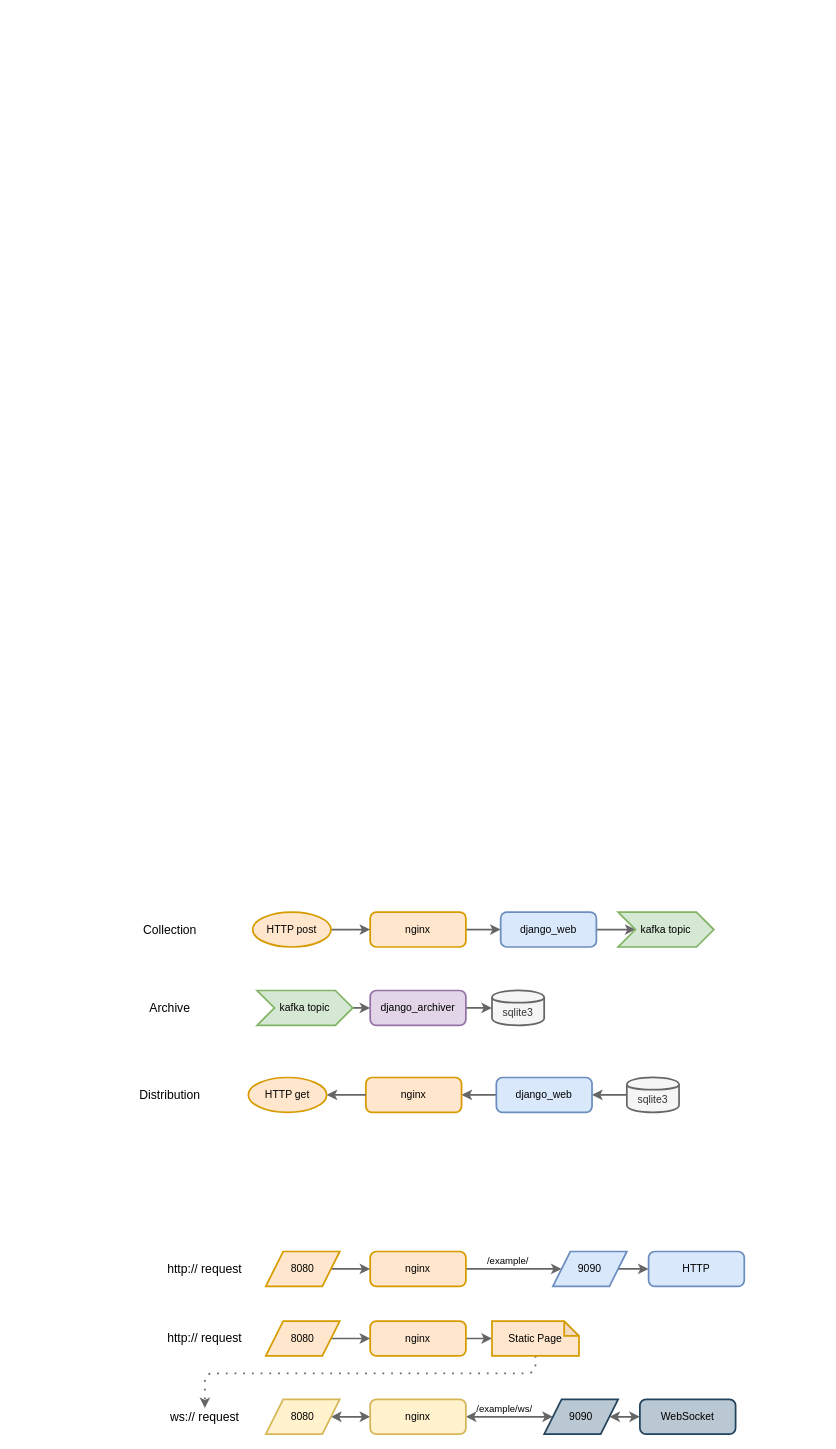
Earlier version of the draw.io diagram docs/diagrams.drawio (adam-iris/es-example-django). Source tidied: cells renumbered, new cells numbered last; positions are measured from the earlier drawing's top-left corner, leaving out a move shared by most shapes. Both pictures are drawn from the tidied source at 87%, with x=0, y=0 at pixel (126, 912).
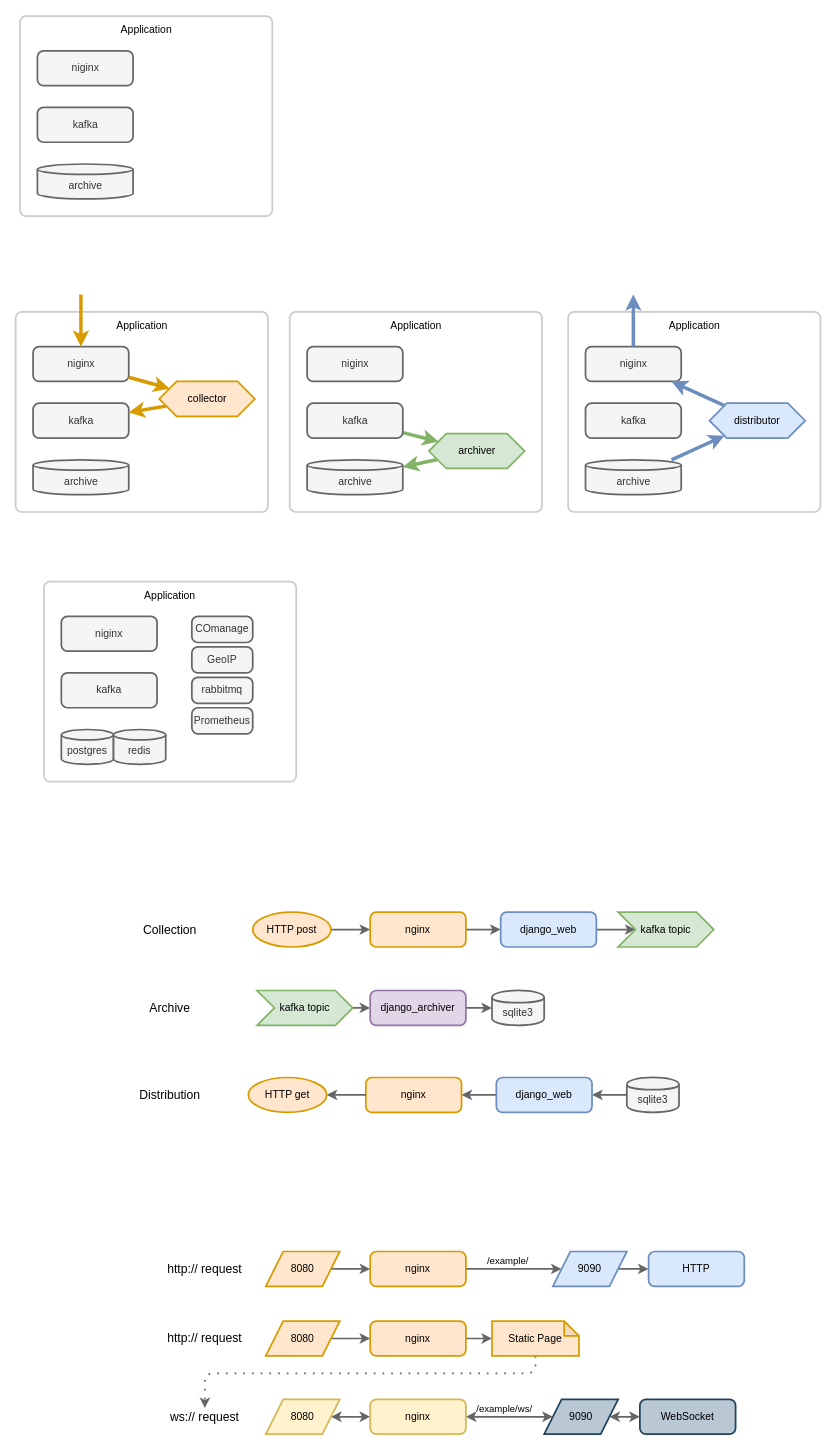
The same page after the edit.

Diff of the diagram source:
```diff
@@
+    <mxCell id="50" value="Application" style="rounded=1;html=1;absoluteArcSize=1;arcSize=14;strokeWidth=2;shadow=0;glass=0;labelBackgroundColor=none;fontSize=12;align=center;whiteSpace=wrap;verticalAlign=top;spacing=4;fillColor=none;strokeColor=#CCCCCC;" parent="1" vertex="1">
+      <mxGeometry x="-122.5" y="-1030" width="290" height="230" as="geometry" />
+    </mxCell>
+    <mxCell id="51" value="niginx" style="rounded=1;html=1;absoluteArcSize=1;arcSize=14;strokeWidth=2;shadow=0;glass=0;labelBackgroundColor=none;fillColor=#f5f5f5;fontSize=12;align=center;strokeColor=#666666;whiteSpace=wrap;fontColor=#333333;" parent="50" vertex="1">
+      <mxGeometry x="20" y="40" width="110" height="40" as="geometry" />
+    </mxCell>
+    <mxCell id="52" value="archive" style="shape=cylinder3;whiteSpace=wrap;html=1;boundedLbl=1;backgroundOutline=1;size=6;shadow=0;fontFamily=Helvetica;fontSize=12;fontColor=#333333;align=center;strokeColor=#666666;strokeWidth=2;fillColor=#f5f5f5;" parent="50" vertex="1">
+      <mxGeometry x="20" y="170" width="110" height="40" as="geometry" />
+    </mxCell>
+    <mxCell id="53" value="kafka" style="rounded=1;html=1;absoluteArcSize=1;arcSize=14;strokeWidth=2;shadow=0;glass=0;labelBackgroundColor=none;fillColor=#f5f5f5;fontSize=12;align=center;strokeColor=#666666;whiteSpace=wrap;fontColor=#333333;" parent="50" vertex="1">
+      <mxGeometry x="20" y="105" width="110" height="40" as="geometry" />
+    </mxCell>
+    <mxCell id="54" value="Application" style="rounded=1;html=1;absoluteArcSize=1;arcSize=14;strokeWidth=2;shadow=0;glass=0;labelBackgroundColor=none;fontSize=12;align=center;whiteSpace=wrap;verticalAlign=top;spacing=4;fillColor=none;strokeColor=#CCCCCC;" parent="1" vertex="1">
+      <mxGeometry x="-127.5" y="-690" width="290" height="230" as="geometry" />
+    </mxCell>
+    <mxCell id="55" value="niginx" style="rounded=1;html=1;absoluteArcSize=1;arcSize=14;strokeWidth=2;shadow=0;glass=0;labelBackgroundColor=none;fillColor=#f5f5f5;fontSize=12;align=center;strokeColor=#666666;whiteSpace=wrap;fontColor=#333333;" parent="54" vertex="1">
+      <mxGeometry x="20" y="40" width="110" height="40" as="geometry" />
+    </mxCell>
+    <mxCell id="56" value="archive" style="shape=cylinder3;whiteSpace=wrap;html=1;boundedLbl=1;backgroundOutline=1;size=6;shadow=0;fontFamily=Helvetica;fontSize=12;fontColor=#333333;align=center;strokeColor=#666666;strokeWidth=2;fillColor=#f5f5f5;" parent="54" vertex="1">
+      <mxGeometry x="20" y="170" width="110" height="40" as="geometry" />
+    </mxCell>
+    <mxCell id="57" value="kafka" style="rounded=1;html=1;absoluteArcSize=1;arcSize=14;strokeWidth=2;shadow=0;glass=0;labelBackgroundColor=none;fillColor=#f5f5f5;fontSize=12;align=center;strokeColor=#666666;whiteSpace=wrap;fontColor=#333333;" parent="54" vertex="1">
+      <mxGeometry x="20" y="105" width="110" height="40" as="geometry" />
+    </mxCell>
+    <mxCell id="58" style="jettySize=auto;html=1;startArrow=none;startFill=0;endArrow=classic;endFill=1;strokeColor=#d79b00;strokeWidth=4;fillColor=#ffe6cc;" parent="54" edge="1" source="59" target="57">
+      <mxGeometry relative="1" as="geometry" />
+    </mxCell>
+    <mxCell id="59" value="collector" style="shape=hexagon;perimeter=hexagonPerimeter2;whiteSpace=wrap;html=1;fixedSize=1;shadow=0;fontFamily=Helvetica;fontSize=12;fontColor=#000000;align=center;strokeColor=#d79b00;strokeWidth=2;fillColor=#ffe6cc;" parent="54" vertex="1">
+      <mxGeometry x="165" y="80" width="110" height="40" as="geometry" />
+    </mxCell>
+    <mxCell id="60" style="endArrow=classic;html=1;strokeColor=#d79b00;strokeWidth=4;fillColor=#ffe6cc;" parent="54" edge="1" source="55" target="59">
+      <mxGeometry relative="1" as="geometry" />
+    </mxCell>
+    <mxCell id="61" style="endArrow=classic;html=1;strokeColor=#d79b00;strokeWidth=4;fillColor=#ffe6cc;entryX=0.5;entryY=0;entryDx=0;entryDy=0;" parent="1" edge="1" target="55">
+      <mxGeometry relative="1" as="geometry">
+        <mxPoint x="-52.5" y="-710" as="sourcePoint" />
+      </mxGeometry>
+    </mxCell>
+    <mxCell id="62" value="Application" style="rounded=1;html=1;absoluteArcSize=1;arcSize=14;strokeWidth=2;shadow=0;glass=0;labelBackgroundColor=none;fontSize=12;align=center;whiteSpace=wrap;verticalAlign=top;spacing=4;fillColor=none;strokeColor=#CCCCCC;" parent="1" vertex="1">
+      <mxGeometry x="187.5" y="-690" width="290" height="230" as="geometry" />
+    </mxCell>
+    <mxCell id="63" value="niginx" style="rounded=1;html=1;absoluteArcSize=1;arcSize=14;strokeWidth=2;shadow=0;glass=0;labelBackgroundColor=none;fillColor=#f5f5f5;fontSize=12;align=center;strokeColor=#666666;whiteSpace=wrap;fontColor=#333333;" parent="62" vertex="1">
+      <mxGeometry x="20" y="40" width="110" height="40" as="geometry" />
+    </mxCell>
+    <mxCell id="64" value="archive" style="shape=cylinder3;whiteSpace=wrap;html=1;boundedLbl=1;backgroundOutline=1;size=6;shadow=0;fontFamily=Helvetica;fontSize=12;fontColor=#333333;align=center;strokeColor=#666666;strokeWidth=2;fillColor=#f5f5f5;" parent="62" vertex="1">
+      <mxGeometry x="20" y="170" width="110" height="40" as="geometry" />
+    </mxCell>
+    <mxCell id="65" style="edgeStyle=none;jettySize=auto;html=1;startArrow=none;startFill=0;endArrow=classic;endFill=1;strokeColor=#82b366;strokeWidth=4;fillColor=#d5e8d4;" parent="62" edge="1" source="66" target="68">
+      <mxGeometry relative="1" as="geometry" />
+    </mxCell>
+    <mxCell id="66" value="kafka" style="rounded=1;html=1;absoluteArcSize=1;arcSize=14;strokeWidth=2;shadow=0;glass=0;labelBackgroundColor=none;fillColor=#f5f5f5;fontSize=12;align=center;strokeColor=#666666;whiteSpace=wrap;fontColor=#333333;" parent="62" vertex="1">
+      <mxGeometry x="20" y="105" width="110" height="40" as="geometry" />
+    </mxCell>
+    <mxCell id="67" style="edgeStyle=none;jettySize=auto;html=1;startArrow=none;startFill=0;endArrow=classic;endFill=1;strokeColor=#82b366;strokeWidth=4;fillColor=#d5e8d4;" parent="62" edge="1" source="68" target="64">
+      <mxGeometry relative="1" as="geometry" />
+    </mxCell>
+    <mxCell id="68" value="archiver" style="shape=hexagon;perimeter=hexagonPerimeter2;whiteSpace=wrap;html=1;fixedSize=1;shadow=0;fontFamily=Helvetica;fontSize=12;align=center;strokeColor=#82b366;strokeWidth=2;fillColor=#d5e8d4;" parent="62" vertex="1">
+      <mxGeometry x="160" y="140" width="110" height="40" as="geometry" />
+    </mxCell>
+    <mxCell id="69" value="Application" style="rounded=1;html=1;absoluteArcSize=1;arcSize=14;strokeWidth=2;shadow=0;glass=0;labelBackgroundColor=none;fontSize=12;align=center;whiteSpace=wrap;verticalAlign=top;spacing=4;fillColor=none;strokeColor=#CCCCCC;" parent="1" vertex="1">
+      <mxGeometry x="507.5" y="-690" width="290" height="230" as="geometry" />
+    </mxCell>
+    <mxCell id="70" value="niginx" style="rounded=1;html=1;absoluteArcSize=1;arcSize=14;strokeWidth=2;shadow=0;glass=0;labelBackgroundColor=none;fillColor=#f5f5f5;fontSize=12;align=center;strokeColor=#666666;whiteSpace=wrap;fontColor=#333333;" parent="69" vertex="1">
+      <mxGeometry x="20" y="40" width="110" height="40" as="geometry" />
+    </mxCell>
+    <mxCell id="71" style="edgeStyle=none;jettySize=auto;html=1;startArrow=none;startFill=0;endArrow=classic;endFill=1;strokeColor=#6c8ebf;strokeWidth=4;fillColor=#dae8fc;" parent="69" edge="1" source="72" target="75">
+      <mxGeometry relative="1" as="geometry" />
+    </mxCell>
+    <mxCell id="72" value="archive" style="shape=cylinder3;whiteSpace=wrap;html=1;boundedLbl=1;backgroundOutline=1;size=6;shadow=0;fontFamily=Helvetica;fontSize=12;fontColor=#333333;align=center;strokeColor=#666666;strokeWidth=2;fillColor=#f5f5f5;" parent="69" vertex="1">
+      <mxGeometry x="20" y="170" width="110" height="40" as="geometry" />
+    </mxCell>
+    <mxCell id="73" value="kafka" style="rounded=1;html=1;absoluteArcSize=1;arcSize=14;strokeWidth=2;shadow=0;glass=0;labelBackgroundColor=none;fillColor=#f5f5f5;fontSize=12;align=center;strokeColor=#666666;whiteSpace=wrap;fontColor=#333333;" parent="69" vertex="1">
+      <mxGeometry x="20" y="105" width="110" height="40" as="geometry" />
+    </mxCell>
+    <mxCell id="74" style="edgeStyle=none;jettySize=auto;html=1;startArrow=none;startFill=0;endArrow=classic;endFill=1;strokeColor=#6c8ebf;strokeWidth=4;fillColor=#dae8fc;" parent="69" edge="1" source="75" target="70">
+      <mxGeometry relative="1" as="geometry" />
+    </mxCell>
+    <mxCell id="75" value="distributor" style="shape=hexagon;perimeter=hexagonPerimeter2;whiteSpace=wrap;html=1;fixedSize=1;shadow=0;fontFamily=Helvetica;fontSize=12;align=center;strokeColor=#6c8ebf;strokeWidth=2;fillColor=#dae8fc;" parent="69" vertex="1">
+      <mxGeometry x="162.5" y="105" width="110" height="40" as="geometry" />
+    </mxCell>
+    <mxCell id="76" style="edgeStyle=none;jettySize=auto;html=1;startArrow=none;startFill=0;endArrow=classic;endFill=1;strokeColor=#6c8ebf;strokeWidth=4;fillColor=#dae8fc;" parent="1" edge="1" source="70">
+      <mxGeometry relative="1" as="geometry">
+        <mxPoint x="582.5" y="-710" as="targetPoint" />
+      </mxGeometry>
+    </mxCell>
+    <mxCell id="77" value="Application" style="rounded=1;html=1;absoluteArcSize=1;arcSize=14;strokeWidth=2;shadow=0;glass=0;labelBackgroundColor=none;fontSize=12;align=center;whiteSpace=wrap;verticalAlign=top;spacing=4;fillColor=none;strokeColor=#CCCCCC;" parent="1" vertex="1">
+      <mxGeometry x="-95" y="-380" width="290" height="230" as="geometry" />
+    </mxCell>
+    <mxCell id="78" value="niginx" style="rounded=1;html=1;absoluteArcSize=1;arcSize=14;strokeWidth=2;shadow=0;glass=0;labelBackgroundColor=none;fillColor=#f5f5f5;fontSize=12;align=center;strokeColor=#666666;whiteSpace=wrap;fontColor=#333333;" parent="77" vertex="1">
+      <mxGeometry x="20" y="40" width="110" height="40" as="geometry" />
+    </mxCell>
+    <mxCell id="79" value="postgres" style="shape=cylinder3;whiteSpace=wrap;html=1;boundedLbl=1;backgroundOutline=1;size=6;shadow=0;fontFamily=Helvetica;fontSize=12;fontColor=#333333;align=center;strokeColor=#666666;strokeWidth=2;fillColor=#f5f5f5;" parent="77" vertex="1">
+      <mxGeometry x="20" y="170" width="60" height="40" as="geometry" />
+    </mxCell>
+    <mxCell id="80" value="kafka" style="rounded=1;html=1;absoluteArcSize=1;arcSize=14;strokeWidth=2;shadow=0;glass=0;labelBackgroundColor=none;fillColor=#f5f5f5;fontSize=12;align=center;strokeColor=#666666;whiteSpace=wrap;fontColor=#333333;" parent="77" vertex="1">
+      <mxGeometry x="20" y="105" width="110" height="40" as="geometry" />
+    </mxCell>
+    <mxCell id="81" value="redis" style="shape=cylinder3;whiteSpace=wrap;html=1;boundedLbl=1;backgroundOutline=1;size=6;shadow=0;fontFamily=Helvetica;fontSize=12;fontColor=#333333;align=center;strokeColor=#666666;strokeWidth=2;fillColor=#f5f5f5;" parent="77" vertex="1">
+      <mxGeometry x="80" y="170" width="60" height="40" as="geometry" />
+    </mxCell>
+    <mxCell id="82" value="rabbitmq" style="rounded=1;html=1;absoluteArcSize=1;arcSize=14;strokeWidth=2;shadow=0;glass=0;labelBackgroundColor=none;fillColor=#f5f5f5;fontSize=12;align=center;strokeColor=#666666;whiteSpace=wrap;fontColor=#333333;" parent="77" vertex="1">
+      <mxGeometry x="170" y="110" width="70" height="30" as="geometry" />
+    </mxCell>
+    <mxCell id="83" value="COmanage" style="rounded=1;html=1;absoluteArcSize=1;arcSize=14;strokeWidth=2;shadow=0;glass=0;labelBackgroundColor=none;fillColor=#f5f5f5;fontSize=12;align=center;strokeColor=#666666;whiteSpace=wrap;fontColor=#333333;" parent="77" vertex="1">
+      <mxGeometry x="170" y="40" width="70" height="30" as="geometry" />
+    </mxCell>
+    <mxCell id="84" value="GeoIP" style="rounded=1;html=1;absoluteArcSize=1;arcSize=14;strokeWidth=2;shadow=0;glass=0;labelBackgroundColor=none;fillColor=#f5f5f5;fontSize=12;align=center;strokeColor=#666666;whiteSpace=wrap;fontColor=#333333;" parent="77" vertex="1">
+      <mxGeometry x="170" y="75" width="70" height="30" as="geometry" />
+    </mxCell>
+    <mxCell id="85" value="Prometheus" style="rounded=1;html=1;absoluteArcSize=1;arcSize=14;strokeWidth=2;shadow=0;glass=0;labelBackgroundColor=none;fillColor=#f5f5f5;fontSize=12;align=center;strokeColor=#666666;whiteSpace=wrap;fontColor=#333333;" parent="77" vertex="1">
+      <mxGeometry x="170" y="145" width="70" height="30" as="geometry" />
+    </mxCell>
```
